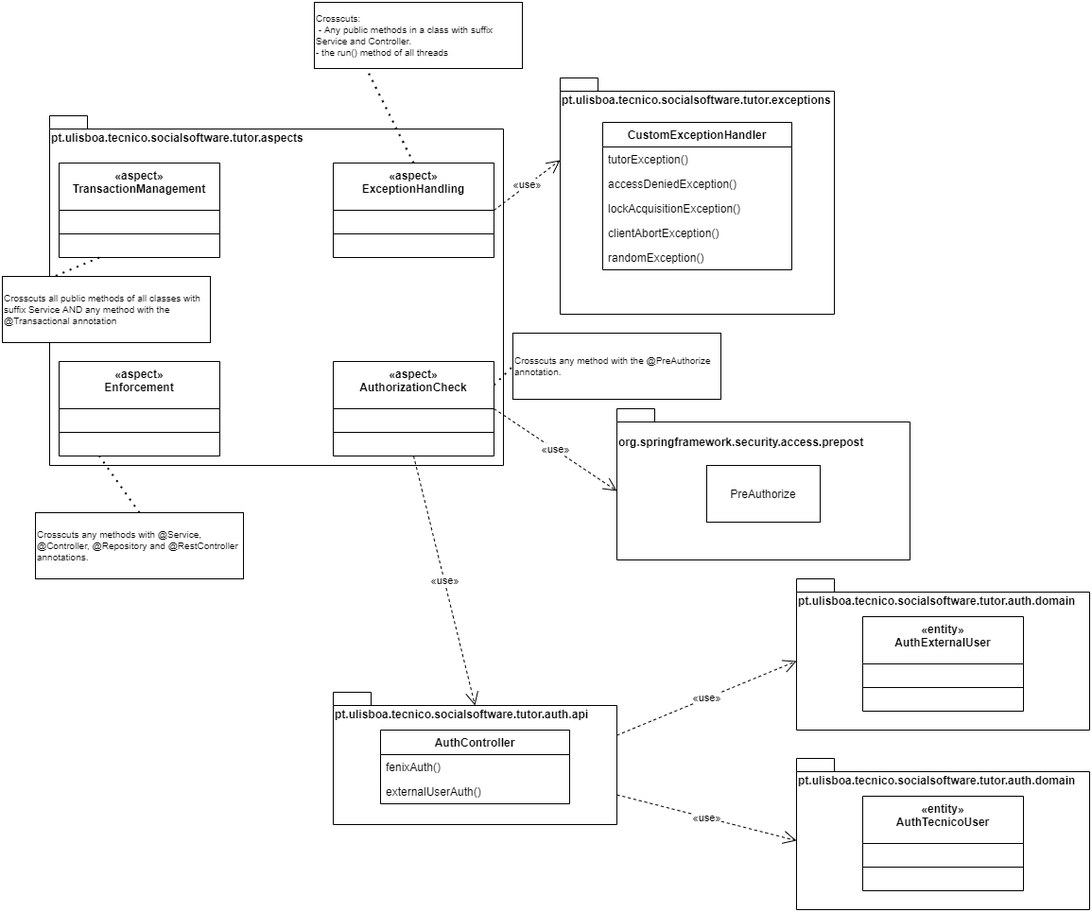
Before: documentation/pictures/Aspects View.png, a diagram exported from draw.io (dmmnjaws/ASoft-2020-2021-quizzes-tutor-arquitecture-documentation). Source tidied: cells renumbered, new cells last; positions are measured from the earlier drawing's top-left corner, leaving out a move shared by most shapes.
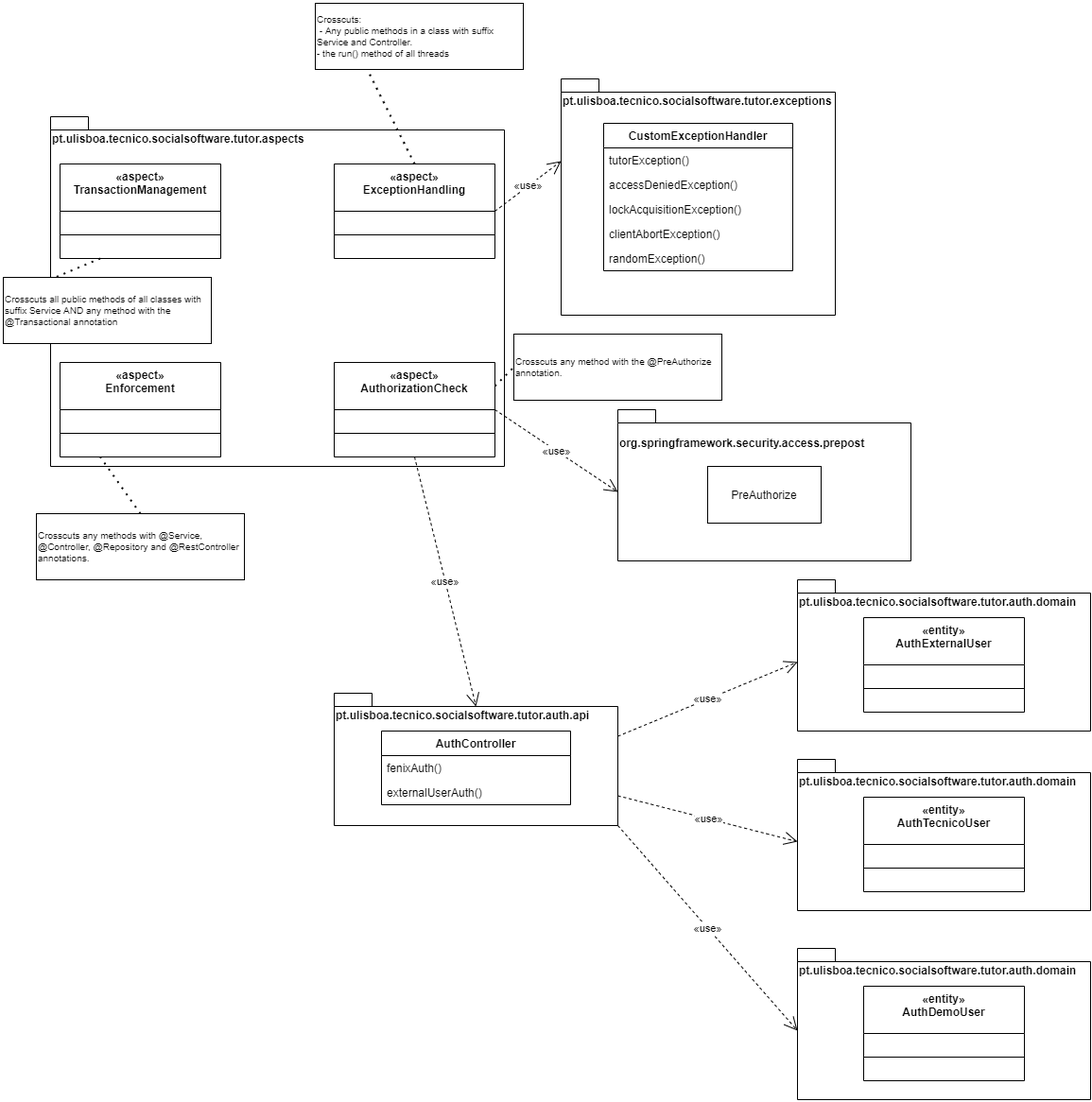
After the commit.

The edit, as a diff of the source:
```diff
@@ -125,5 +125,17 @@
     <mxCell id="42" value="«use»" style="endArrow=open;endSize=12;dashed=1;html=1;exitX=0;exitY=0;exitDx=300;exitDy=108.5;entryX=0;entryY=0;entryDx=0;entryDy=87;entryPerimeter=0;exitPerimeter=0;" parent="1" edge="1" source="11" target="29">
       <mxGeometry relative="1" as="geometry" />
     </mxCell>
+    <mxCell id="43" value="pt.ulisboa.tecnico.socialsoftware.tutor.auth.domain" style="shape=folder;fontStyle=1;spacingTop=10;tabWidth=40;tabHeight=14;tabPosition=left;align=left;verticalAlign=top;html=1;" parent="1" vertex="1">
+      <mxGeometry x="840" y="1000" width="310" height="160" as="geometry" />
+    </mxCell>
+    <mxCell id="44" value="«entity»&#10;AuthDemoUser" style="swimlane;fontStyle=1;align=center;verticalAlign=top;horizontal=1;startSize=50;" parent="1" vertex="1">
+      <mxGeometry x="910" y="1040" width="170" height="100" as="geometry" />
+    </mxCell>
+    <mxCell id="45" style="line;strokeWidth=1;fillColor=none;align=left;verticalAlign=middle;spacingTop=-1;spacingLeft=3;spacingRight=3;labelPosition=right;" parent="44" vertex="1">
+      <mxGeometry y="50" width="170" height="50" as="geometry" />
+    </mxCell>
+    <mxCell id="46" value="«use»" style="endArrow=open;endSize=12;dashed=1;html=1;exitX=0;exitY=0;exitDx=300;exitDy=140;entryX=0;entryY=0;entryDx=0;entryDy=87;entryPerimeter=0;exitPerimeter=0;" parent="1" edge="1" source="11" target="43">
+      <mxGeometry relative="1" as="geometry" />
+    </mxCell>
   </root>
 </mxGraphModel>
```
